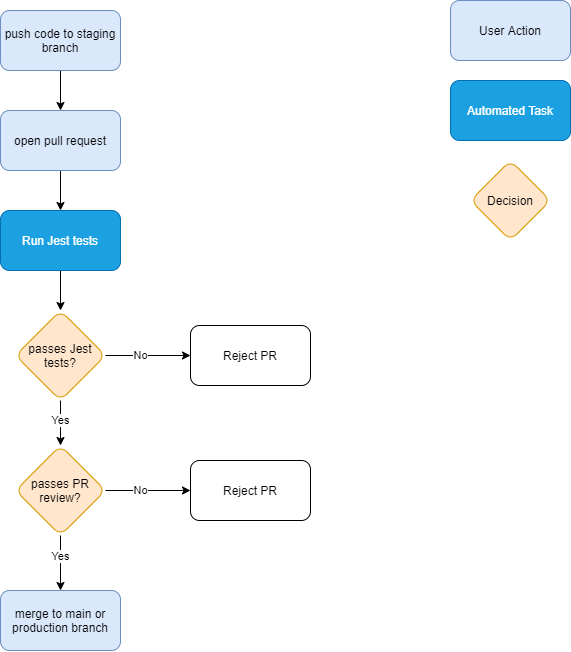
Earlier version of the draw.io export pipeline/phase1.drawio.png (Kelynn23/cse110-w21-group22). Source tidied: cells renumbered, new cells last; positions are measured from the earlier drawing's top-left corner, leaving out a move shared by most shapes.
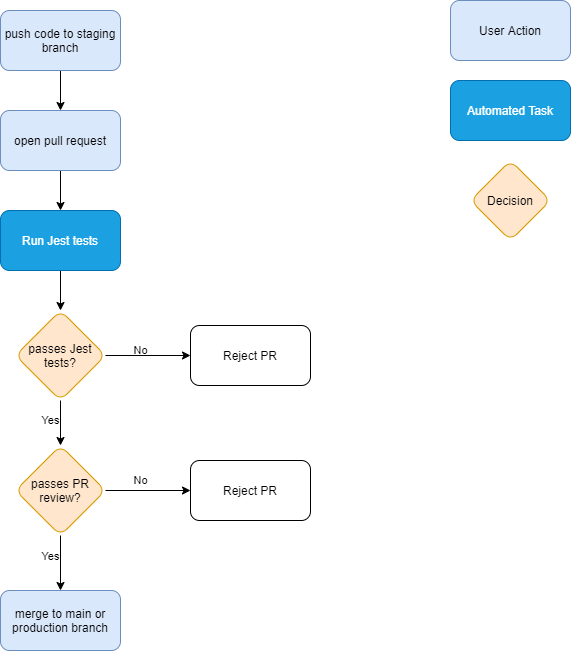
After the commit.

Commit message:
updated pipeline diagram

Change to the diagram source:
```diff
@@ -20,17 +20,17 @@
     <mxCell id="7" style="edgeStyle=orthogonalEdgeStyle;rounded=0;jettySize=auto;html=1;exitX=1;exitY=0.5;exitDx=0;exitDy=0;entryX=0;entryY=0.5;entryDx=0;entryDy=0;fontColor=#ffffff;" parent="1" edge="1" source="11" target="12">
       <mxGeometry relative="1" as="geometry" />
     </mxCell>
-    <mxCell id="8" value="No" style="edgeLabel;html=1;align=center;verticalAlign=middle;fontColor=#000000;labelBackgroundColor=#ffffff;" parent="7" vertex="1">
+    <mxCell id="8" value="No" style="edgeLabel;html=1;align=center;verticalAlign=middle;fontColor=#000000;labelBackgroundColor=none;" parent="7" vertex="1">
       <mxGeometry x="0.24" relative="1" as="geometry">
-        <mxPoint x="-17.6" as="offset" />
+        <mxPoint x="-17.6" y="-10" as="offset" />
       </mxGeometry>
     </mxCell>
     <mxCell id="9" style="edgeStyle=orthogonalEdgeStyle;rounded=0;jettySize=auto;html=1;exitX=0.5;exitY=1;exitDx=0;exitDy=0;entryX=0.5;entryY=0;entryDx=0;entryDy=0;fontColor=#ffffff;" parent="1" edge="1" source="11" target="4">
       <mxGeometry relative="1" as="geometry" />
     </mxCell>
-    <mxCell id="10" value="Yes" style="edgeLabel;html=1;align=center;verticalAlign=middle;fontColor=#000000;labelBackgroundColor=#ffffff;" parent="9" vertex="1">
+    <mxCell id="10" value="Yes" style="edgeLabel;html=1;align=center;verticalAlign=middle;fontColor=#000000;labelBackgroundColor=none;" parent="9" vertex="1">
       <mxGeometry x="-0.24" y="-1" relative="1" as="geometry">
-        <mxPoint x="1" as="offset" />
+        <mxPoint x="-9" as="offset" />
       </mxGeometry>
     </mxCell>
     <mxCell id="11" value="&lt;font color=&quot;#000000&quot;&gt;passes PR review?&lt;/font&gt;" style="rhombus;whiteSpace=wrap;html=1;rounded=1;strokeColor=#d79b00;fillColor=#ffe6cc;" parent="1" vertex="1">
@@ -48,17 +48,17 @@
     <mxCell id="15" style="edgeStyle=orthogonalEdgeStyle;rounded=0;jettySize=auto;html=1;exitX=0.5;exitY=1;exitDx=0;exitDy=0;entryX=0.5;entryY=0;entryDx=0;entryDy=0;fontColor=#ffffff;" parent="1" edge="1" source="19" target="11">
       <mxGeometry relative="1" as="geometry" />
     </mxCell>
-    <mxCell id="16" value="Yes" style="edgeLabel;html=1;align=center;verticalAlign=middle;fontColor=#000000;labelBackgroundColor=#ffffff;" parent="15" vertex="1">
+    <mxCell id="16" value="Yes" style="edgeLabel;html=1;align=center;verticalAlign=middle;fontColor=#000000;labelBackgroundColor=none;" parent="15" vertex="1">
       <mxGeometry x="0.19" relative="1" as="geometry">
-        <mxPoint y="-6.7" as="offset" />
+        <mxPoint x="-10" y="-6.7" as="offset" />
       </mxGeometry>
     </mxCell>
     <mxCell id="17" style="edgeStyle=orthogonalEdgeStyle;rounded=0;jettySize=auto;html=1;entryX=0;entryY=0.5;entryDx=0;entryDy=0;fontColor=#ffffff;exitX=1;exitY=0.5;exitDx=0;exitDy=0;" parent="1" edge="1" source="19" target="20">
       <mxGeometry relative="1" as="geometry" />
     </mxCell>
-    <mxCell id="18" value="No" style="edgeLabel;html=1;align=center;verticalAlign=middle;fontColor=#000000;labelBackgroundColor=#ffffff;" parent="17" vertex="1">
+    <mxCell id="18" value="No" style="edgeLabel;html=1;align=center;verticalAlign=middle;fontColor=#000000;labelBackgroundColor=none;" parent="17" vertex="1">
       <mxGeometry x="-0.28" relative="1" as="geometry">
-        <mxPoint x="4.2" as="offset" />
+        <mxPoint x="4.2" y="-5" as="offset" />
       </mxGeometry>
     </mxCell>
     <mxCell id="19" value="&lt;font color=&quot;#000000&quot;&gt;passes Jest tests?&lt;/font&gt;" style="rhombus;whiteSpace=wrap;html=1;rounded=1;strokeColor=#d79b00;fillColor=#ffe6cc;" parent="1" vertex="1">
```
